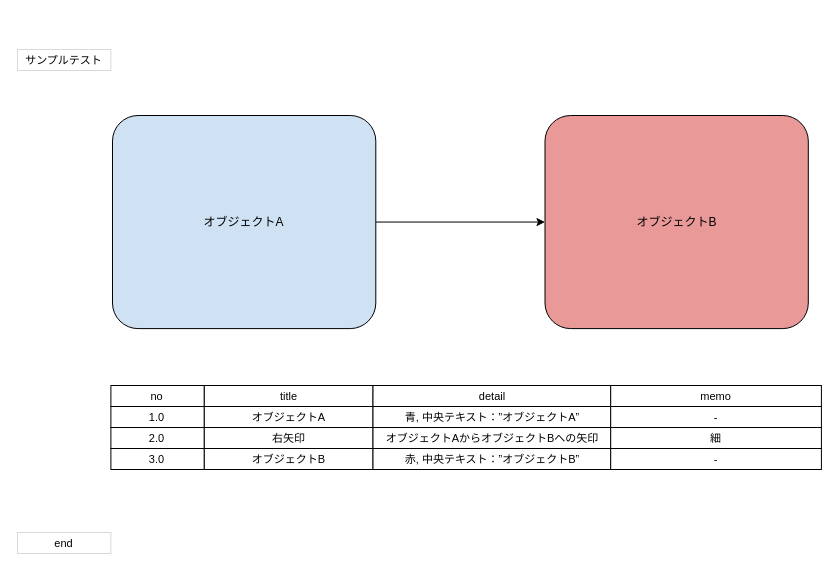
Above: doc/20.InternalDesign/00.POC/06/poc06_output.drawio in falsecometrue/officeNIKI (draw.io), before the change. Source tidied: cells renumbered, new cells numbered last; positions are measured from the earlier drawing's top-left corner, leaving out a move shared by most shapes. Both pictures are drawn from the tidied source at 100%, with x=0, y=0 at pixel (17, 49).
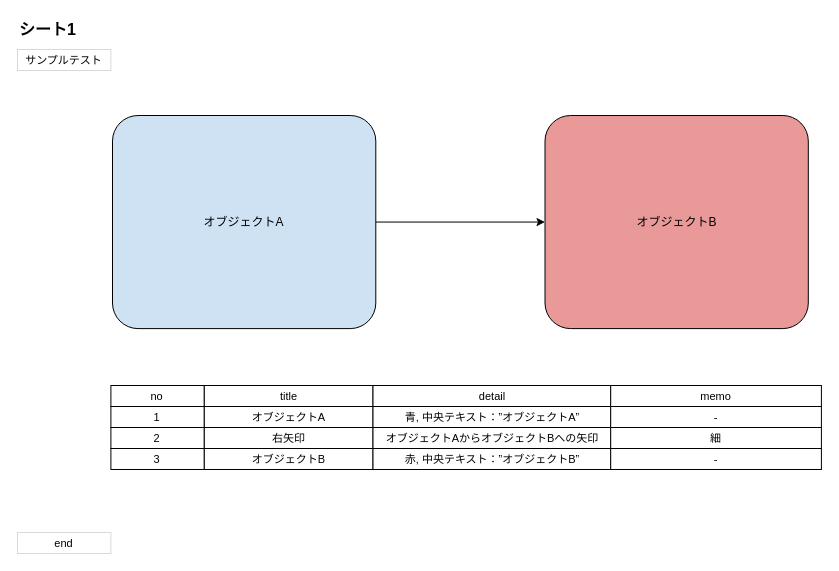
The same page after the edit.

Change to the diagram source:
```diff
@@
+    <mxCell id="23" value="シート1" style="text;html=1;strokeColor=none;fillColor=none;align=left;verticalAlign=middle;fontSize=16;fontStyle=1;" parent="1" vertex="1">
+      <mxGeometry y="-32" width="300" height="24" as="geometry" />
+    </mxCell>
@@
-    <mxCell id="7" value="1.0" style="rounded=0;whiteSpace=wrap;html=1;fillColor=#FFFFFF;strokeColor=#000000;align=center;verticalAlign=middle;fontSize=11;" parent="1" vertex="1">
+    <mxCell id="7" value="1" style="rounded=0;whiteSpace=wrap;html=1;fillColor=#FFFFFF;strokeColor=#000000;align=center;verticalAlign=middle;fontSize=11;" parent="1" vertex="1">
       <mxGeometry x="93.4" y="357" width="93.4" height="21" as="geometry" />
     </mxCell>
@@
-    <mxCell id="11" value="2.0" style="rounded=0;whiteSpace=wrap;html=1;fillColor=#FFFFFF;strokeColor=#000000;align=center;verticalAlign=middle;fontSize=11;" parent="1" vertex="1">
+    <mxCell id="11" value="2" style="rounded=0;whiteSpace=wrap;html=1;fillColor=#FFFFFF;strokeColor=#000000;align=center;verticalAlign=middle;fontSize=11;" parent="1" vertex="1">
       <mxGeometry x="93.4" y="378" width="93.4" height="21" as="geometry" />
     </mxCell>
@@
-    <mxCell id="15" value="3.0" style="rounded=0;whiteSpace=wrap;html=1;fillColor=#FFFFFF;strokeColor=#000000;align=center;verticalAlign=middle;fontSize=11;" parent="1" vertex="1">
+    <mxCell id="15" value="3" style="rounded=0;whiteSpace=wrap;html=1;fillColor=#FFFFFF;strokeColor=#000000;align=center;verticalAlign=middle;fontSize=11;" parent="1" vertex="1">
       <mxGeometry x="93.4" y="399" width="93.4" height="21" as="geometry" />
     </mxCell>
```
